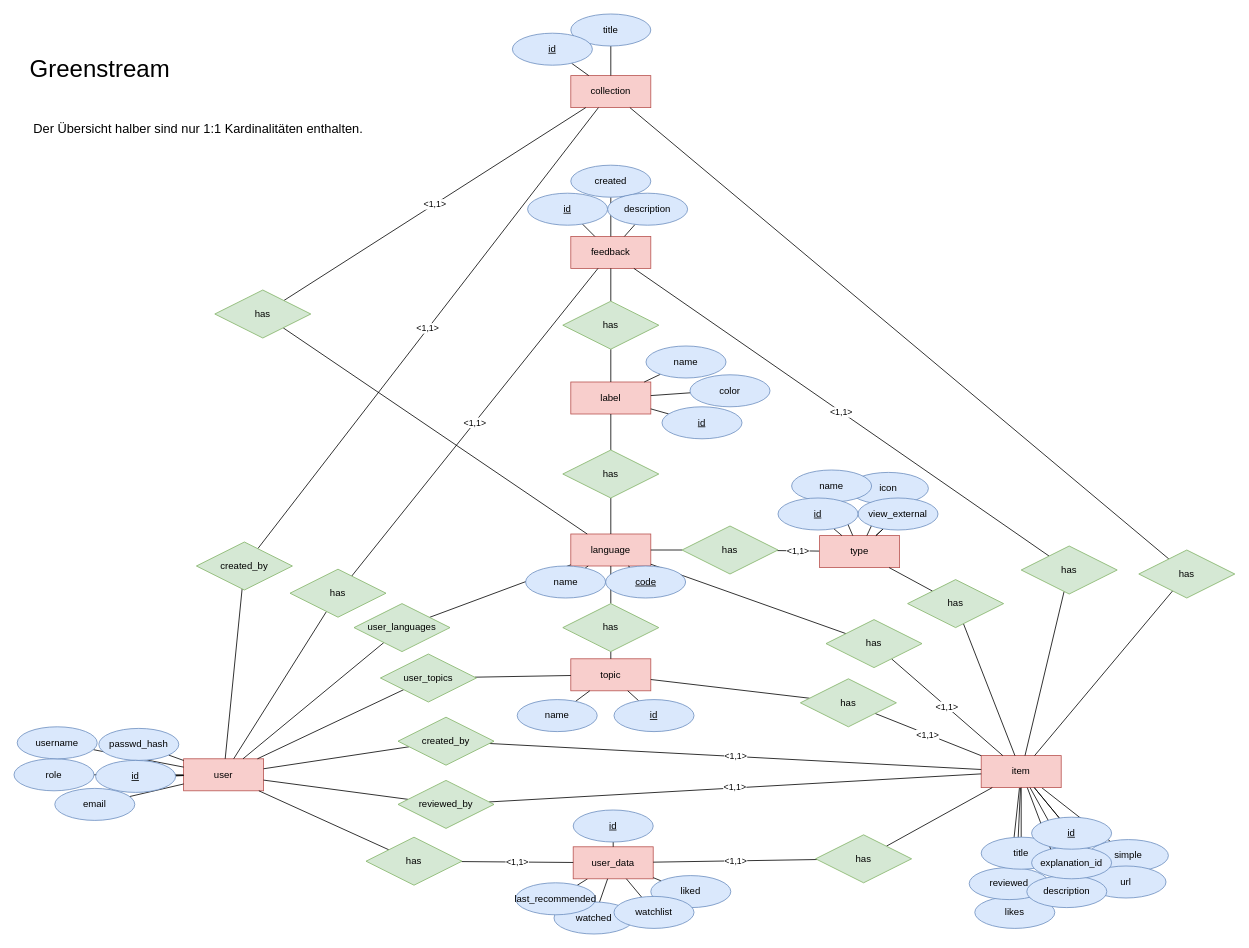
Earlier version of the draw.io diagram greenstream.drawio (daniel-ackermann/greenStreamBackend). Source tidied: cells renumbered, new cells numbered last; positions are measured from the earlier drawing's top-left corner, leaving out a move shared by most shapes. Both pictures are drawn from the tidied source at 80%, with x=0, y=0 at pixel (14, 14).
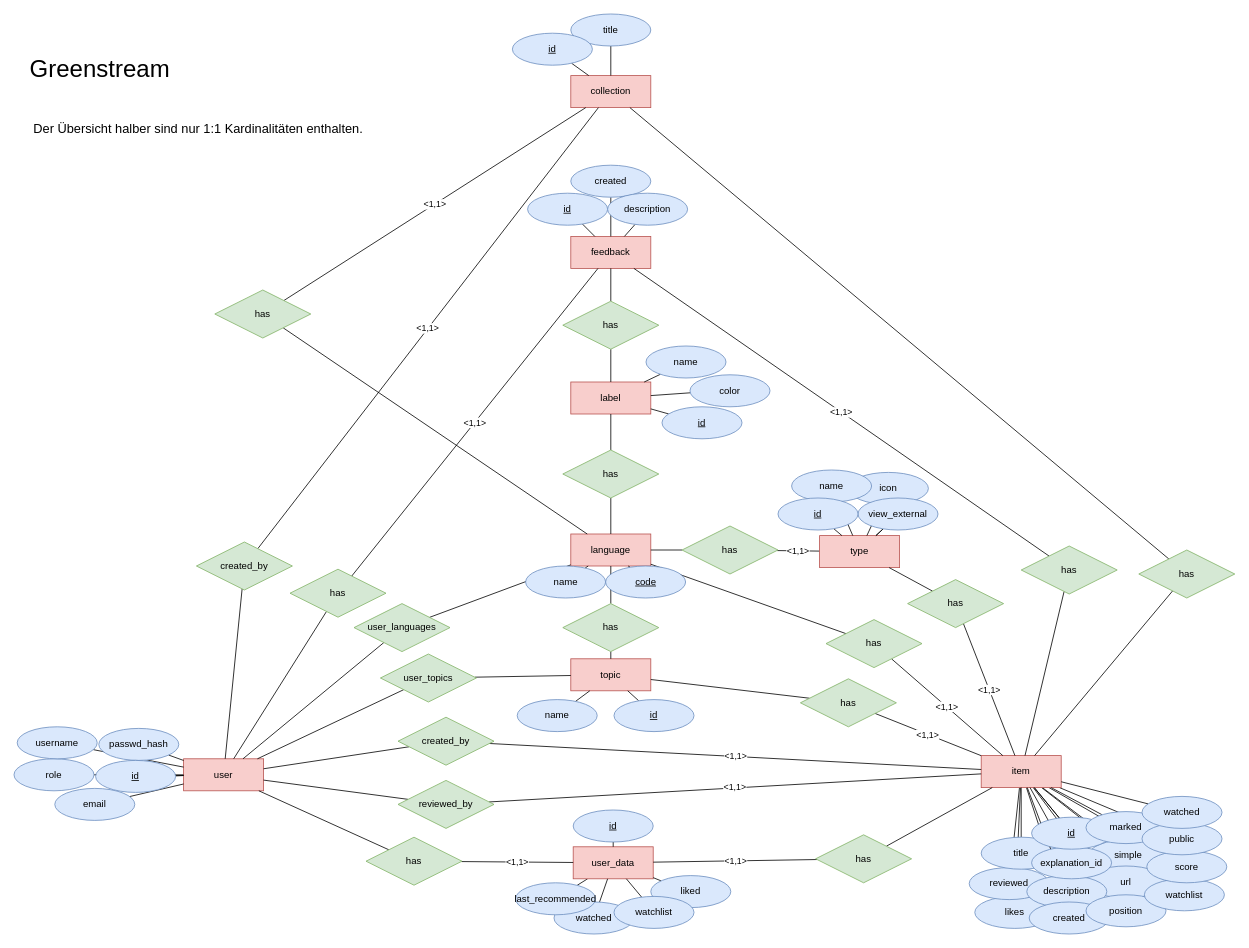
After the change.

The change refers to these unchanged cells:
```xml
<mxCell id="24" value="&lt;div&gt;item&lt;/div&gt;" style="whiteSpace=wrap;html=1;align=center;rounded=0;strokeColor=#b85450;fillColor=#f8cecc;" parent="1" vertex="1">
  <mxGeometry x="1209" y="927" width="100" height="40" as="geometry" />
</mxCell>
<mxCell id="87" value="has" style="shape=rhombus;perimeter=rhombusPerimeter;whiteSpace=wrap;html=1;align=center;rounded=0;strokeColor=#82b366;fillColor=#d5e8d4;" parent="1" vertex="1">
  <mxGeometry x="1117" y="707" width="120" height="60" as="geometry" />
</mxCell>
```

Change to the diagram source:
```diff
@@
+    <mxCell id="139" style="edgeStyle=none;rounded=0;jettySize=auto;html=1;endArrow=none;endFill=0;" parent="1" edge="1" source="148" target="24">
+      <mxGeometry relative="1" as="geometry" />
+    </mxCell>
+    <mxCell id="140" style="edgeStyle=none;rounded=0;jettySize=auto;html=1;endArrow=none;endFill=0;" parent="1" edge="1" source="149" target="24">
+      <mxGeometry relative="1" as="geometry" />
+    </mxCell>
+    <mxCell id="141" style="edgeStyle=none;rounded=0;jettySize=auto;html=1;endArrow=none;endFill=0;" parent="1" edge="1" source="150" target="24">
+      <mxGeometry relative="1" as="geometry" />
+    </mxCell>
+    <mxCell id="142" style="edgeStyle=none;rounded=0;jettySize=auto;html=1;endArrow=none;endFill=0;" parent="1" edge="1" source="145" target="24">
+      <mxGeometry relative="1" as="geometry" />
+    </mxCell>
+    <mxCell id="143" style="rounded=0;jettySize=auto;html=1;endArrow=none;endFill=0;" parent="1" edge="1" source="144" target="24">
+      <mxGeometry relative="1" as="geometry" />
+    </mxCell>
@@
-    <mxCell id="86" style="edgeStyle=none;rounded=0;jettySize=auto;html=1;endArrow=none;endFill=0;" parent="1" edge="1" source="87" target="24">
+    <mxCell id="86" value="&amp;lt;1,1&amp;gt;" style="edgeStyle=none;rounded=0;jettySize=auto;html=1;endArrow=none;endFill=0;" parent="1" edge="1" source="87" target="24">
       <mxGeometry relative="1" as="geometry" />
     </mxCell>
@@
+    <mxCell id="144" value="created" style="ellipse;whiteSpace=wrap;html=1;align=center;strokeColor=#6c8ebf;fillColor=#dae8fc;" parent="1" vertex="1">
+      <mxGeometry x="1269" y="1110" width="100" height="40" as="geometry" />
+    </mxCell>
+    <mxCell id="145" value="position" style="ellipse;whiteSpace=wrap;html=1;align=center;strokeColor=#6c8ebf;fillColor=#dae8fc;" parent="1" vertex="1">
+      <mxGeometry x="1340" y="1101" width="100" height="40" as="geometry" />
+    </mxCell>
+    <mxCell id="146" style="edgeStyle=none;rounded=0;jettySize=auto;html=1;endArrow=none;endFill=0;" parent="1" edge="1" source="147" target="24">
+      <mxGeometry relative="1" as="geometry" />
+    </mxCell>
+    <mxCell id="147" value="marked" style="ellipse;whiteSpace=wrap;html=1;align=center;strokeColor=#6c8ebf;fillColor=#dae8fc;" parent="1" vertex="1">
+      <mxGeometry x="1340" y="997" width="100" height="40" as="geometry" />
+    </mxCell>
+    <mxCell id="148" value="watchlist" style="ellipse;whiteSpace=wrap;html=1;align=center;strokeColor=#6c8ebf;fillColor=#dae8fc;" parent="1" vertex="1">
+      <mxGeometry x="1413" y="1081" width="100" height="40" as="geometry" />
+    </mxCell>
+    <mxCell id="149" value="score" style="ellipse;whiteSpace=wrap;html=1;align=center;strokeColor=#6c8ebf;fillColor=#dae8fc;" parent="1" vertex="1">
+      <mxGeometry x="1416" y="1046" width="100" height="40" as="geometry" />
+    </mxCell>
+    <mxCell id="150" value="public" style="ellipse;whiteSpace=wrap;html=1;align=center;strokeColor=#6c8ebf;fillColor=#dae8fc;" parent="1" vertex="1">
+      <mxGeometry x="1410" y="1011" width="100" height="40" as="geometry" />
+    </mxCell>
+    <mxCell id="151" style="edgeStyle=none;rounded=0;jettySize=auto;html=1;endArrow=none;endFill=0;" parent="1" edge="1" source="152" target="24">
+      <mxGeometry relative="1" as="geometry" />
+    </mxCell>
+    <mxCell id="152" value="watched" style="ellipse;whiteSpace=wrap;html=1;align=center;strokeColor=#6c8ebf;fillColor=#dae8fc;" parent="1" vertex="1">
+      <mxGeometry x="1410" y="978" width="100" height="40" as="geometry" />
+    </mxCell>
```
